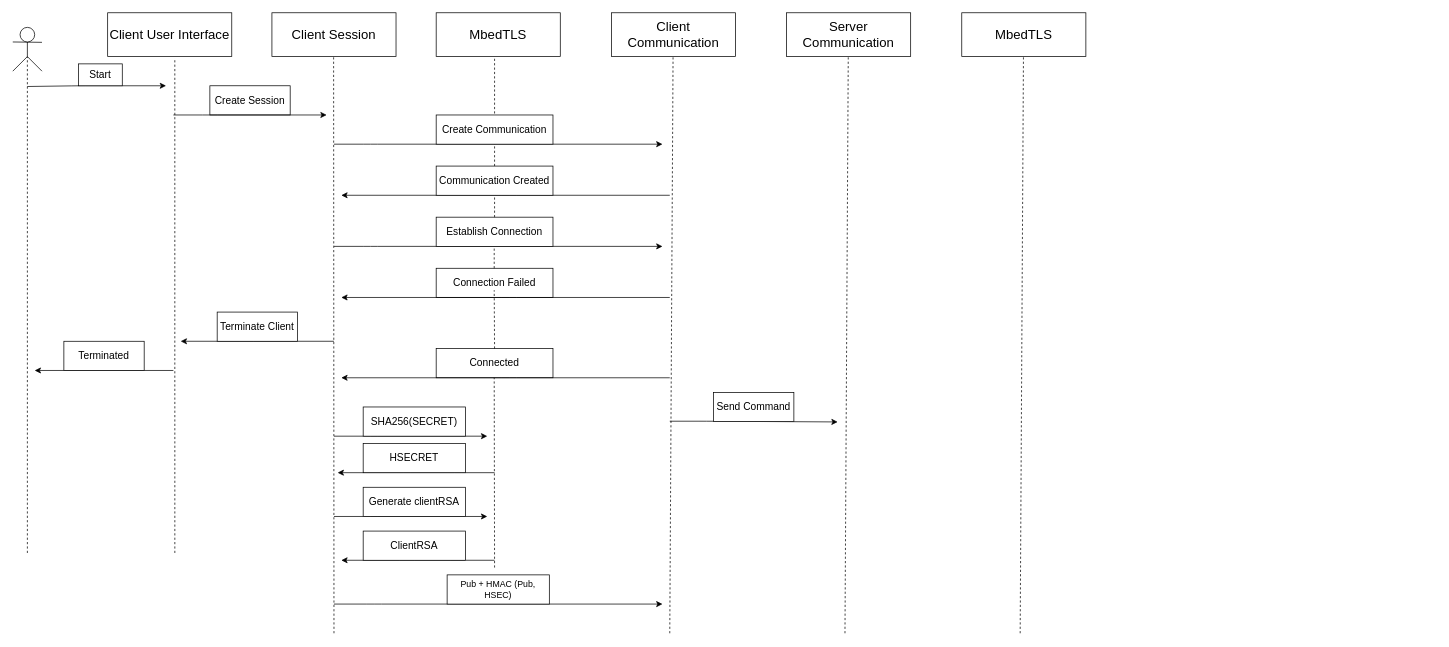
Before: docs/sequence_diagram.drawio in Danielkarlsson91/Examination-project, a draw.io diagram. Source tidied: cells renumbered, new cells numbered last; positions are measured from the earlier drawing's top-left corner, leaving out a move shared by most shapes. Both pictures are drawn from the tidied source at 73%, with x=0, y=0 at pixel (12, 12).
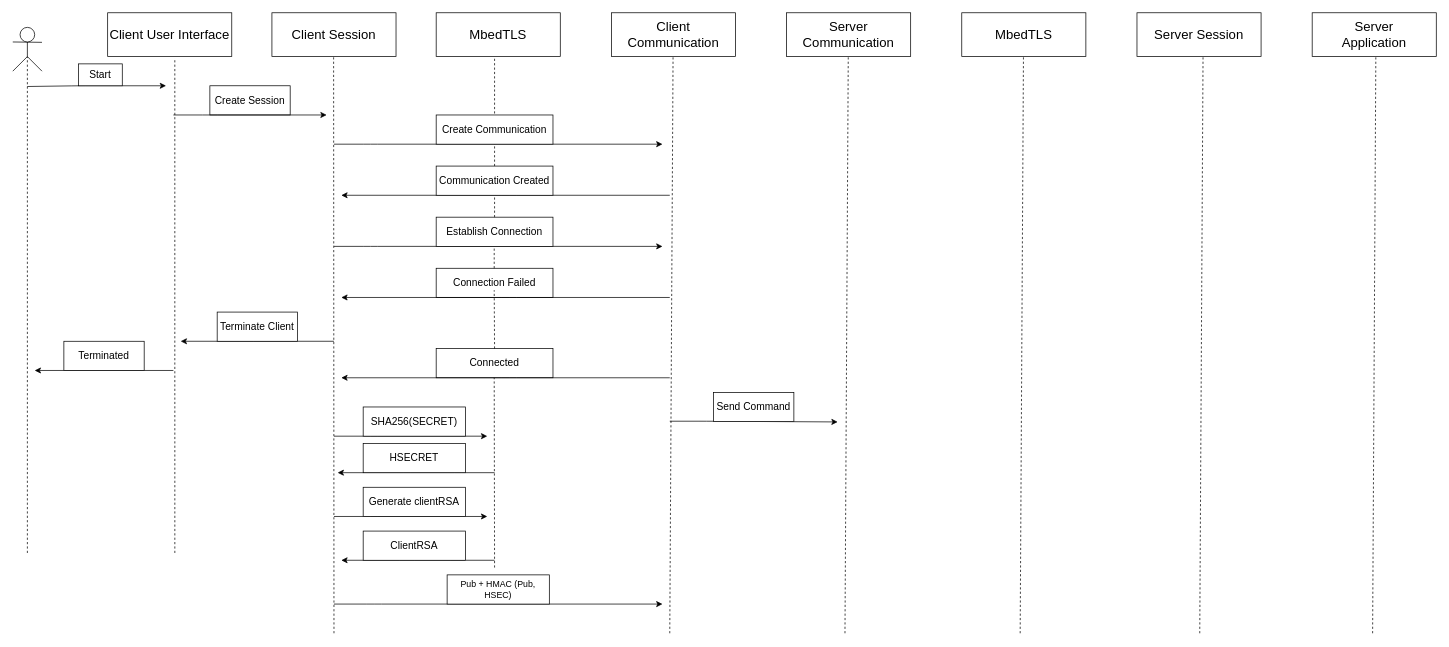
Above is the later version.

Commit message:
Updated the sequence diagram

The edit, as a diff of the source:
```diff
@@
+    <mxCell id="54" value="&lt;span style=&quot;font-size: 18px;&quot;&gt;Server Session&lt;/span&gt;" style="whiteSpace=wrap;html=1;" parent="1" vertex="1">
+      <mxGeometry x="1540" width="170" height="60" as="geometry" />
+    </mxCell>
+    <mxCell id="55" value="&lt;span style=&quot;font-size: 18px;&quot;&gt;Server &lt;br&gt;Application&lt;/span&gt;" style="whiteSpace=wrap;html=1;" parent="1" vertex="1">
+      <mxGeometry x="1780" width="170" height="60" as="geometry" />
+    </mxCell>
+    <mxCell id="56" style="endArrow=none;dashed=1;html=1;rounded=1;fontSize=14;targetPerimeterSpacing=0;entryX=0.541;entryY=1.033;entryDx=0;entryDy=0;entryPerimeter=0;" parent="1" edge="1">
+      <mxGeometry relative="1" as="geometry">
+        <mxPoint x="1626" y="850" as="sourcePoint" />
+        <mxPoint x="1630.5" y="60" as="targetPoint" />
+      </mxGeometry>
+    </mxCell>
+    <mxCell id="57" style="endArrow=none;dashed=1;html=1;rounded=1;fontSize=14;targetPerimeterSpacing=0;entryX=0.541;entryY=1.033;entryDx=0;entryDy=0;entryPerimeter=0;" parent="1" edge="1">
+      <mxGeometry relative="1" as="geometry">
+        <mxPoint x="1862.8" y="850" as="sourcePoint" />
+        <mxPoint x="1867.2" y="60" as="targetPoint" />
+      </mxGeometry>
+    </mxCell>
```
